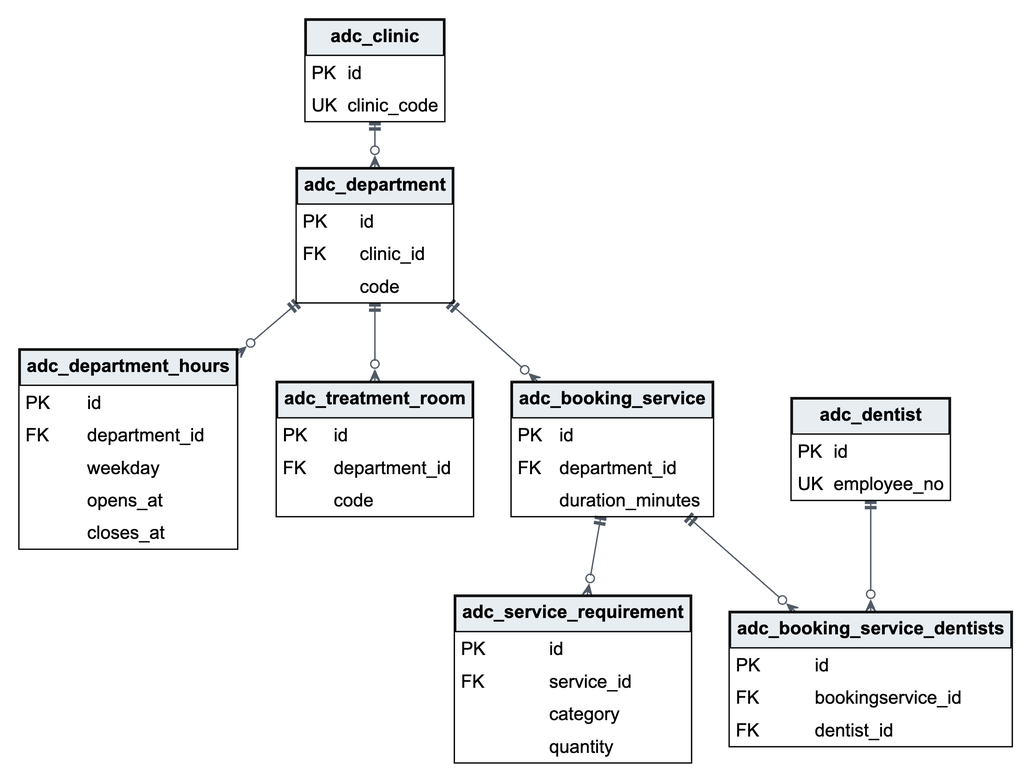
Above: docs/database/er_catalogue.png in Zhang646967/adc-dental-clinic (Graphviz), before the change. Its source is kept beside it as docs/database/er_catalogue.dot.
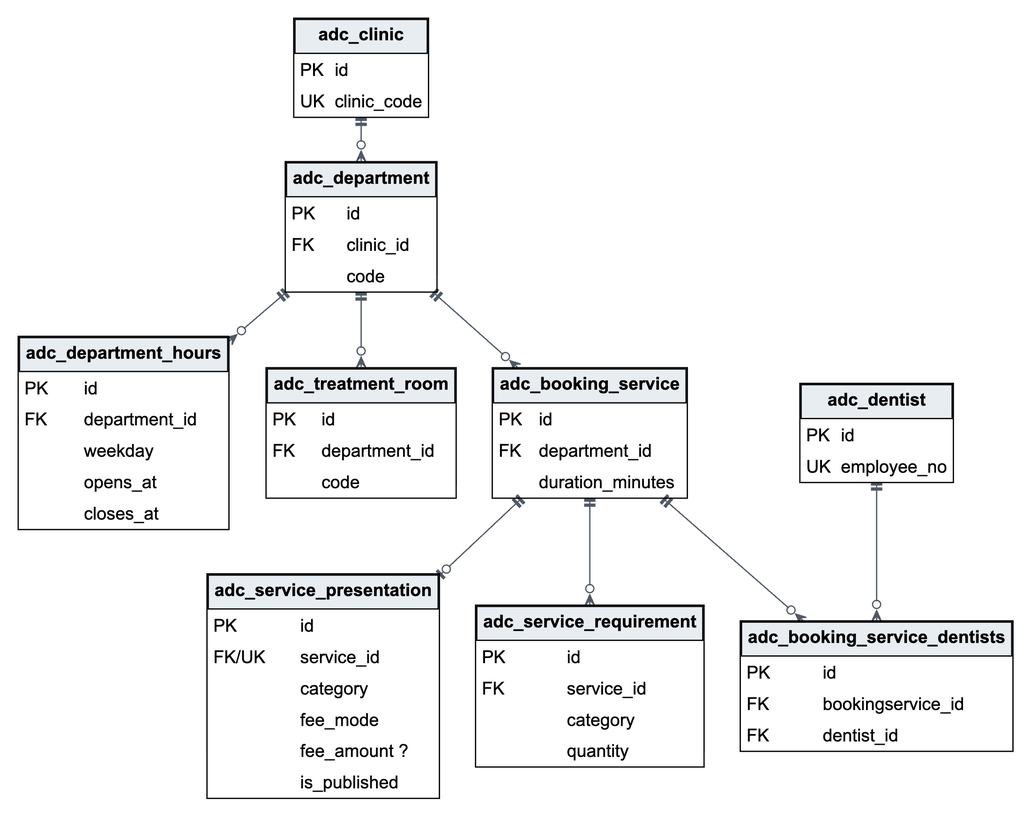
The same file after the commit.

Diff of the diagram source:
```diff
@@ -7,6 +7,7 @@
 "adc_department_hours" [label=<<TABLE BORDER="1" CELLBORDER="0" CELLSPACING="0" CELLPADDING="4"><TR><TD COLSPAN="2" BGCOLOR="#e8edf2" BORDER="1"><B>adc_department_hours</B></TD></TR><TR><TD ALIGN="LEFT">PK</TD><TD ALIGN="LEFT" PORT="id">id</TD></TR><TR><TD ALIGN="LEFT">FK</TD><TD ALIGN="LEFT" PORT="department_id">department_id</TD></TR><TR><TD ALIGN="LEFT"></TD><TD ALIGN="LEFT" PORT="weekday">weekday</TD></TR><TR><TD ALIGN="LEFT"></TD><TD ALIGN="LEFT" PORT="opens_at">opens_at</TD></TR><TR><TD ALIGN="LEFT"></TD><TD ALIGN="LEFT" PORT="closes_at">closes_at</TD></TR></TABLE>>];
 "adc_treatment_room" [label=<<TABLE BORDER="1" CELLBORDER="0" CELLSPACING="0" CELLPADDING="4"><TR><TD COLSPAN="2" BGCOLOR="#e8edf2" BORDER="1"><B>adc_treatment_room</B></TD></TR><TR><TD ALIGN="LEFT">PK</TD><TD ALIGN="LEFT" PORT="id">id</TD></TR><TR><TD ALIGN="LEFT">FK</TD><TD ALIGN="LEFT" PORT="department_id">department_id</TD></TR><TR><TD ALIGN="LEFT"></TD><TD ALIGN="LEFT" PORT="code">code</TD></TR></TABLE>>];
 "adc_booking_service" [label=<<TABLE BORDER="1" CELLBORDER="0" CELLSPACING="0" CELLPADDING="4"><TR><TD COLSPAN="2" BGCOLOR="#e8edf2" BORDER="1"><B>adc_booking_service</B></TD></TR><TR><TD ALIGN="LEFT">PK</TD><TD ALIGN="LEFT" PORT="id">id</TD></TR><TR><TD ALIGN="LEFT">FK</TD><TD ALIGN="LEFT" PORT="department_id">department_id</TD></TR><TR><TD ALIGN="LEFT"></TD><TD ALIGN="LEFT" PORT="duration_minutes">duration_minutes</TD></TR></TABLE>>];
+"adc_service_presentation" [label=<<TABLE BORDER="1" CELLBORDER="0" CELLSPACING="0" CELLPADDING="4"><TR><TD COLSPAN="2" BGCOLOR="#e8edf2" BORDER="1"><B>adc_service_presentation</B></TD></TR><TR><TD ALIGN="LEFT">PK</TD><TD ALIGN="LEFT" PORT="id">id</TD></TR><TR><TD ALIGN="LEFT">FK/UK</TD><TD ALIGN="LEFT" PORT="service_id">service_id</TD></TR><TR><TD ALIGN="LEFT"></TD><TD ALIGN="LEFT" PORT="category">category</TD></TR><TR><TD ALIGN="LEFT"></TD><TD ALIGN="LEFT" PORT="fee_mode">fee_mode</TD></TR><TR><TD ALIGN="LEFT"></TD><TD ALIGN="LEFT" PORT="fee_amount">fee_amount ?</TD></TR><TR><TD ALIGN="LEFT"></TD><TD ALIGN="LEFT" PORT="is_published">is_published</TD></TR></TABLE>>];
 "adc_service_requirement" [label=<<TABLE BORDER="1" CELLBORDER="0" CELLSPACING="0" CELLPADDING="4"><TR><TD COLSPAN="2" BGCOLOR="#e8edf2" BORDER="1"><B>adc_service_requirement</B></TD></TR><TR><TD ALIGN="LEFT">PK</TD><TD ALIGN="LEFT" PORT="id">id</TD></TR><TR><TD ALIGN="LEFT">FK</TD><TD ALIGN="LEFT" PORT="service_id">service_id</TD></TR><TR><TD ALIGN="LEFT"></TD><TD ALIGN="LEFT" PORT="category">category</TD></TR><TR><TD ALIGN="LEFT"></TD><TD ALIGN="LEFT" PORT="quantity">quantity</TD></TR></TABLE>>];
 "adc_booking_service_dentists" [label=<<TABLE BORDER="1" CELLBORDER="0" CELLSPACING="0" CELLPADDING="4"><TR><TD COLSPAN="2" BGCOLOR="#e8edf2" BORDER="1"><B>adc_booking_service_dentists</B></TD></TR><TR><TD ALIGN="LEFT">PK</TD><TD ALIGN="LEFT" PORT="id">id</TD></TR><TR><TD ALIGN="LEFT">FK</TD><TD ALIGN="LEFT" PORT="bookingservice_id">bookingservice_id</TD></TR><TR><TD ALIGN="LEFT">FK</TD><TD ALIGN="LEFT" PORT="dentist_id">dentist_id</TD></TR></TABLE>>];
 "adc_dentist" [label=<<TABLE BORDER="1" CELLBORDER="0" CELLSPACING="0" CELLPADDING="4"><TR><TD COLSPAN="2" BGCOLOR="#e8edf2" BORDER="1"><B>adc_dentist</B></TD></TR><TR><TD ALIGN="LEFT">PK</TD><TD ALIGN="LEFT" PORT="id">id</TD></TR><TR><TD ALIGN="LEFT">UK</TD><TD ALIGN="LEFT" PORT="employee_no">employee_no</TD></TR></TABLE>>];
@@ -14,6 +15,7 @@
 "adc_department" -> "adc_department_hours" [arrowtail="teetee", arrowhead="crowodot", tooltip="adc_department_hours.department_id references adc_department.id; 0..*:1"];
 "adc_department" -> "adc_treatment_room" [arrowtail="teetee", arrowhead="crowodot", tooltip="adc_treatment_room.department_id references adc_department.id; 0..*:1"];
 "adc_department" -> "adc_booking_service" [arrowtail="teetee", arrowhead="crowodot", tooltip="adc_booking_service.department_id references adc_department.id; 0..*:1"];
+"adc_booking_service" -> "adc_service_presentation" [arrowtail="teetee", arrowhead="teeodot", tooltip="adc_service_presentation.service_id references adc_booking_service.id; 0..1:1"];
 "adc_booking_service" -> "adc_service_requirement" [arrowtail="teetee", arrowhead="crowodot", tooltip="adc_service_requirement.service_id references adc_booking_service.id; 0..*:1"];
 "adc_booking_service" -> "adc_booking_service_dentists" [arrowtail="teetee", arrowhead="crowodot", tooltip="adc_booking_service_dentists.bookingservice_id references adc_booking_service.id; 0..*:1"];
 "adc_dentist" -> "adc_booking_service_dentists" [arrowtail="teetee", arrowhead="crowodot", tooltip="adc_booking_service_dentists.dentist_id references adc_dentist.id; 0..*:1"];
```
